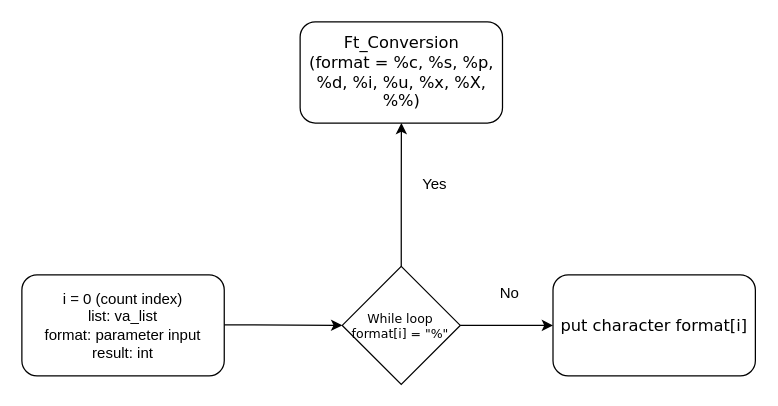
This is Circle 01/ft_printf/Untitled Diagram.drawio from anhlh93/42Cursus-19Antwerp-hle, a draw.io file, before an edit. Source tidied: cells renumbered, new cells numbered last; positions are measured from the earlier drawing's top-left corner, leaving out a move shared by most shapes. Both pictures are drawn from the tidied source at 125%, with x=0, y=0 at pixel (21, 21).
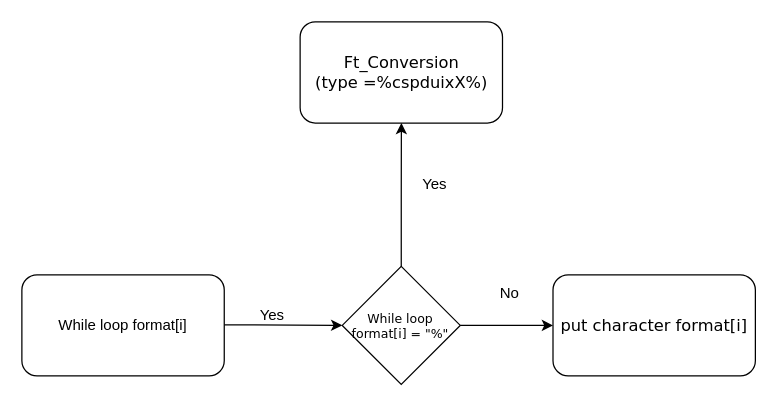
The same page after the edit.

What changed in the source:
```diff
@@
 <mxGraphModel>
   <root>
     <mxCell id="0" />
     <mxCell id="1" parent="0" />
     <mxCell id="2" style="group;" parent="1" vertex="1">
       <mxGeometry width="586.7" height="290" as="geometry" />
     </mxCell>
     <mxCell id="3" style="group;" parent="2" vertex="1">
       <mxGeometry width="586.7" height="290" as="geometry" />
     </mxCell>
-    <mxCell id="4" value="&lt;div&gt;i = 0 (count index)&lt;/div&gt;&lt;div&gt;list: va_list&lt;/div&gt;&lt;div&gt;format: parameter input&lt;/div&gt;&lt;div&gt;result: int&lt;br&gt;&lt;/div&gt;" style="rounded=1;whiteSpace=wrap;html=1;" parent="3" vertex="1">
+    <mxCell id="4" value="While loop format[i]" style="rounded=1;whiteSpace=wrap;html=1;" parent="3" vertex="1">
       <mxGeometry y="202.3" width="161.9" height="80.9" as="geometry" />
     </mxCell>
     <mxCell id="5" value="&lt;font style=&quot;font-size: 10px;&quot;&gt;While loop format[i] = &quot;%&quot;&lt;font style=&quot;font-size: 10px;&quot;&gt;&lt;br&gt;&lt;/font&gt;&lt;/font&gt;" style="strokeWidth=1;html=1;shape=mxgraph.flowchart.decision;whiteSpace=wrap;rounded=1;shadow=0;labelBackgroundColor=none;fontFamily=Verdana;fontSize=8;align=center;" parent="3" vertex="1">
       <mxGeometry x="256.3" y="195.6" width="94.4" height="94.4" as="geometry" />
     </mxCell>
-    <mxCell id="6" value="&lt;div style=&quot;font-size: 13px;&quot;&gt;&lt;font style=&quot;font-size: 13px;&quot;&gt;Ft_Conversion&lt;/font&gt;&lt;/div&gt;&lt;div style=&quot;font-size: 13px;&quot;&gt;&lt;font style=&quot;font-size: 13px;&quot;&gt;(format = %c, %s, %p, %d, %i, %u, %x, %X, %%) &lt;br&gt;&lt;/font&gt;&lt;/div&gt;" style="rounded=1;whiteSpace=wrap;html=1;fontSize=8;fontFamily=Verdana;strokeWidth=1;shadow=0;labelBackgroundColor=none;" parent="3" vertex="1">
+    <mxCell id="6" value="&lt;div style=&quot;font-size: 13px;&quot;&gt;&lt;font style=&quot;font-size: 13px;&quot;&gt;Ft_Conversion&lt;/font&gt;&lt;/div&gt;&lt;div style=&quot;font-size: 13px;&quot;&gt;&lt;font style=&quot;font-size: 13px;&quot;&gt;(type =%cspduixX%) &lt;br&gt;&lt;/font&gt;&lt;/div&gt;" style="rounded=1;whiteSpace=wrap;html=1;fontSize=8;fontFamily=Verdana;strokeWidth=1;shadow=0;labelBackgroundColor=none;" parent="3" vertex="1">
       <mxGeometry x="222.6" width="161.9" height="80.9" as="geometry" />
     </mxCell>
     <mxCell id="7" value="&lt;font style=&quot;font-size: 13px;&quot;&gt;put character format[i]&lt;/font&gt;" style="rounded=1;whiteSpace=wrap;html=1;fontSize=8;fontFamily=Verdana;strokeWidth=1;shadow=0;labelBackgroundColor=none;" parent="3" vertex="1">
       <mxGeometry x="424.9" y="202.3" width="161.9" height="80.9" as="geometry" />
     </mxCell>
     <mxCell id="8" style="edgeStyle=orthogonalEdgeStyle;rounded=0;jettySize=auto;html=1;" parent="3" edge="1" source="5" target="6">
       <mxGeometry relative="1" as="geometry" />
     </mxCell>
     <mxCell id="9" style="edgeStyle=orthogonalEdgeStyle;rounded=0;jettySize=auto;html=1;" parent="3" edge="1" source="5" target="7">
       <mxGeometry relative="1" as="geometry" />
     </mxCell>
     <mxCell id="10" style="endArrow=classic;html=1;rounded=0;entryX=0;entryY=0.5;entryDx=0;entryDy=0;entryPerimeter=0;" parent="3" edge="1" target="5">
       <mxGeometry relative="1" as="geometry">
         <mxPoint x="161.9" y="242.3" as="sourcePoint" />
       </mxGeometry>
     </mxCell>
     <mxCell id="11" value="No" style="text;html=1;align=center;verticalAlign=middle;strokeColor=none;fillColor=none;" parent="3" vertex="1">
       <mxGeometry x="370" y="202.3" width="40" height="30" as="geometry" />
     </mxCell>
     <mxCell id="12" value="&lt;div&gt;Yes&lt;/div&gt;" style="text;html=1;align=center;verticalAlign=middle;strokeColor=none;fillColor=none;" parent="2" vertex="1">
       <mxGeometry x="310" y="115" width="40" height="30" as="geometry" />
     </mxCell>
+    <mxCell id="13" value="Yes" style="text;html=1;align=center;verticalAlign=middle;strokeColor=none;fillColor=none;" parent="1" vertex="1">
+      <mxGeometry x="180" y="220" width="40" height="30" as="geometry" />
+    </mxCell>
   </root>
 </mxGraphModel>
```
